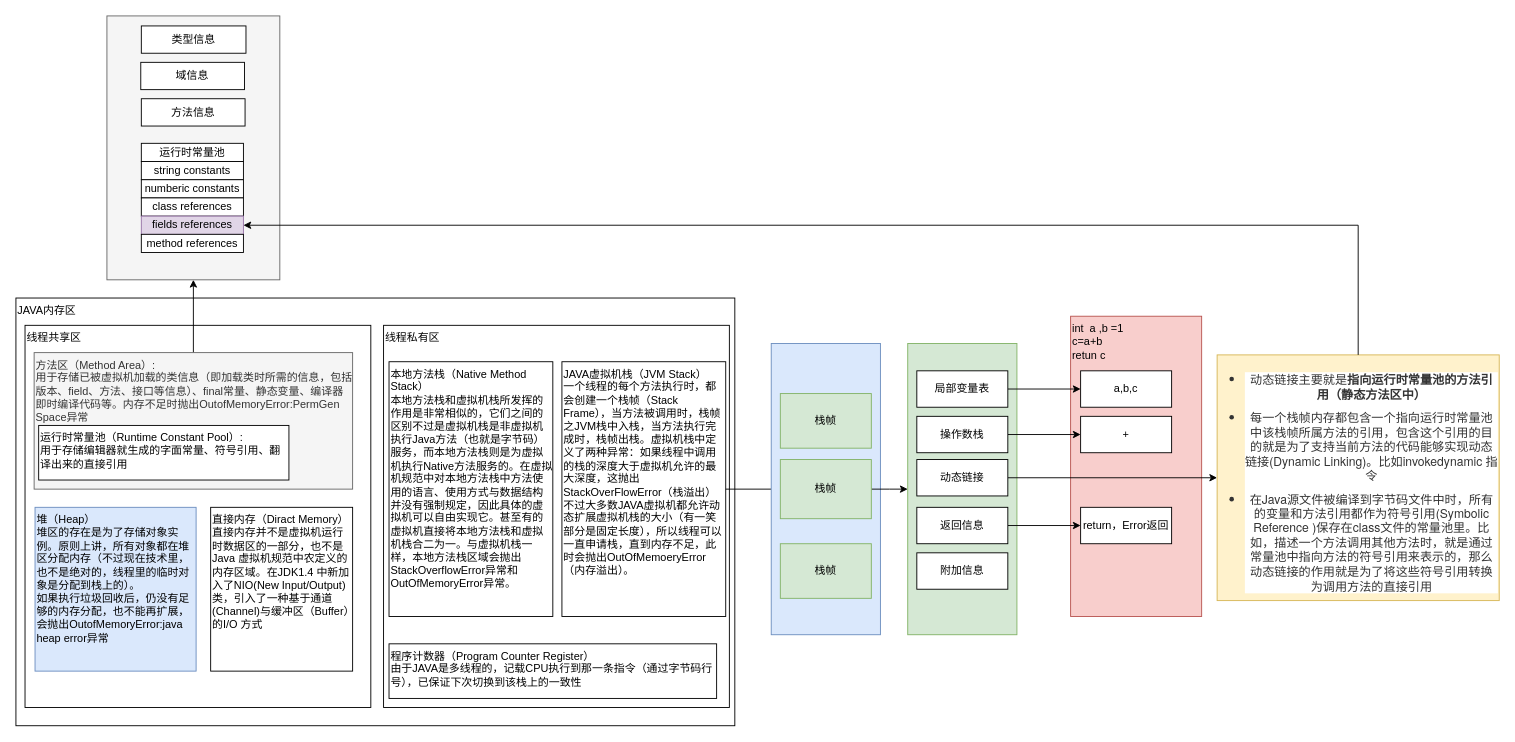
Above: JVM (5).drawio in cruecrue/javastudy (draw.io), before the change. Source tidied: cells renumbered, new cells numbered last; positions are measured from the earlier drawing's top-left corner, leaving out a move shared by most shapes. Both pictures are drawn from the tidied source at 91%, with x=0, y=0 at pixel (15, 15).
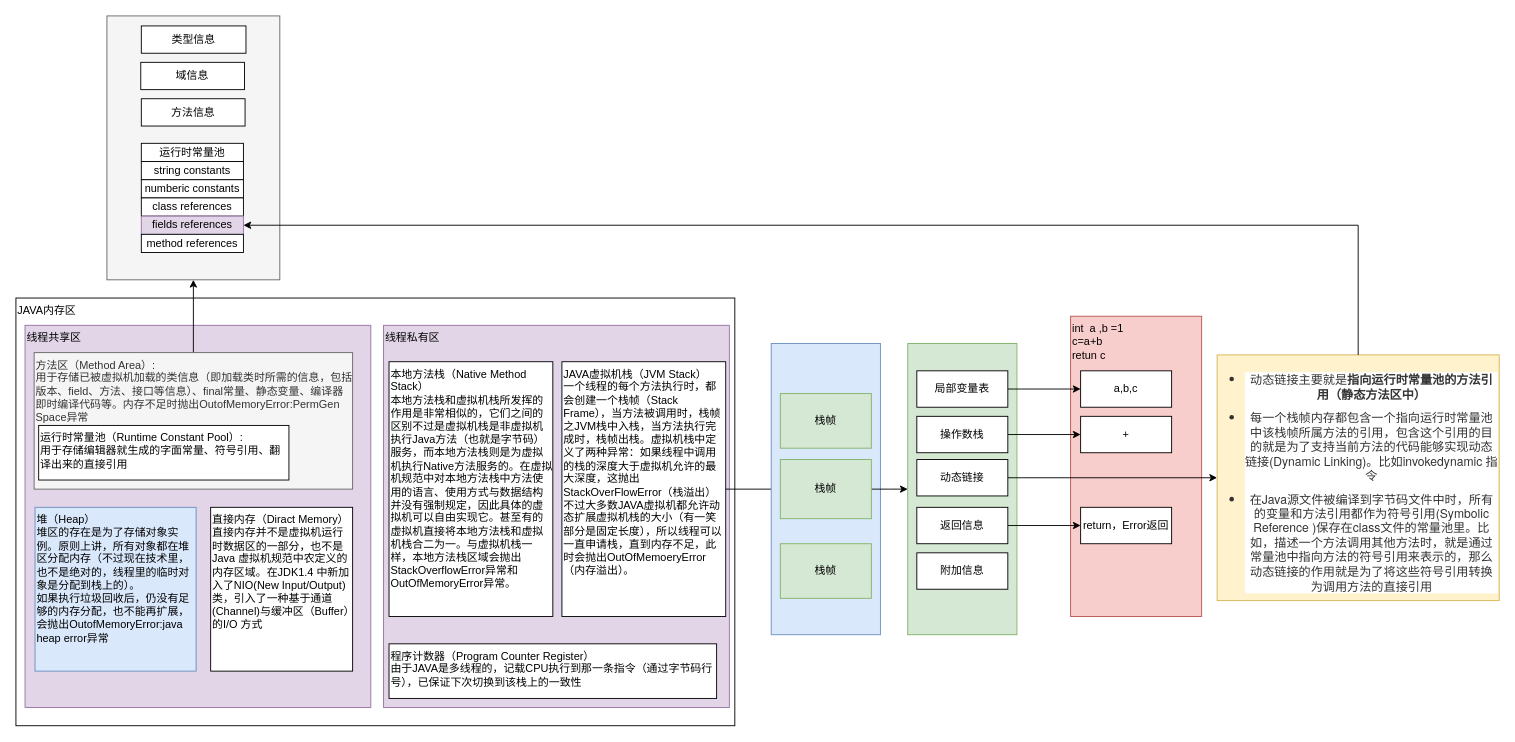
The same diagram, later.

The edit, as a diff of the source:
```diff
@@
-    <mxCell id="4" value="线程共享区" style="rounded=0;whiteSpace=wrap;html=1;align=left;verticalAlign=top;" parent="1" vertex="1">
+    <mxCell id="4" value="线程共享区" style="rounded=0;whiteSpace=wrap;html=1;align=left;verticalAlign=top;fillColor=#e1d5e7;strokeColor=#9673a6;" parent="1" vertex="1">
       <mxGeometry x="10" y="340" width="380" height="420" as="geometry" />
     </mxCell>
-    <mxCell id="5" value="线程私有区" style="rounded=0;whiteSpace=wrap;html=1;align=left;verticalAlign=top;" parent="1" vertex="1">
+    <mxCell id="5" value="线程私有区" style="rounded=0;whiteSpace=wrap;html=1;align=left;verticalAlign=top;fillColor=#e1d5e7;strokeColor=#9673a6;" parent="1" vertex="1">
       <mxGeometry x="404" y="340" width="380" height="420" as="geometry" />
     </mxCell>
```
